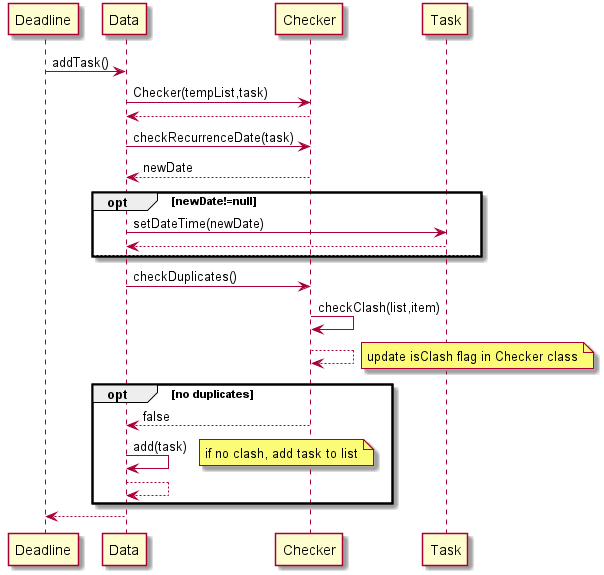
Above: docs/Images/Checker_Diagram.png in scjx123/tp (PlantUML), before the change. The source it was exported from:
```plantuml
@startuml
Deadline -> Data: addTask()
Data -> Checker: Checker(tempList,task)
Checker --> Data
Data -> Checker:checkRecurrenceDate(task)
Checker --> Data: newDate
opt newDate!=null
Data -> Task: setDateTime(newDate)
Task -->Data
else
end
Data -> Checker: checkDuplicates()
Checker -> Checker:checkClash(list,item)
Checker --> Checker
note right: update isClash flag in Checker class

opt no duplicates
Checker --> Data: false
Data ->Data: add(task)
note right: if no clash, add task to list
Data-->Data:
end

Data -->Deadline


@enduml
```
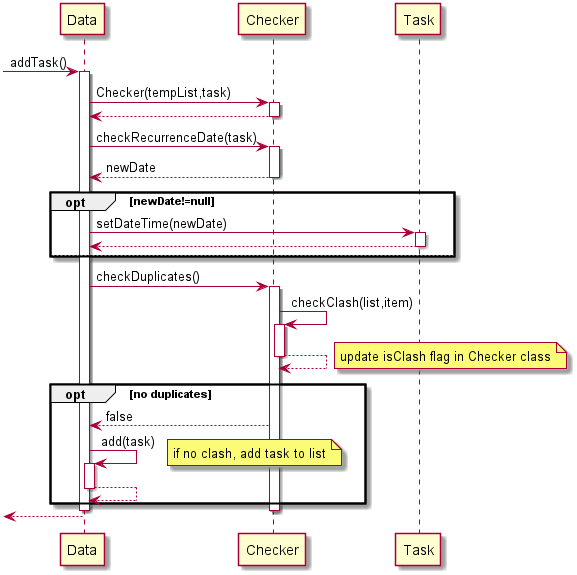
The same diagram one commit later.

Commit message:
Edit Checker Diagram

The edit, as a diff of the source:
```diff
@@ -1,27 +1,39 @@
 @startuml
-Deadline -> Data: addTask()
+
+-> Data: addTask()
+activate Data
 Data -> Checker: Checker(tempList,task)
+activate Checker
 Checker --> Data
+deactivate Checker
 Data -> Checker:checkRecurrenceDate(task)
+activate Checker
 Checker --> Data: newDate
+deactivate Checker
 opt newDate!=null
 Data -> Task: setDateTime(newDate)
+activate Task
 Task -->Data
+deactivate Task
 else
 end
 Data -> Checker: checkDuplicates()
+activate Checker
 Checker -> Checker:checkClash(list,item)
+activate Checker
 Checker --> Checker
+deactivate Checker
 note right: update isClash flag in Checker class
-
 opt no duplicates
 Checker --> Data: false
 Data ->Data: add(task)
+activate Data
 note right: if no clash, add task to list
 Data-->Data:
+deactivate Data
 end
-
-Data -->Deadline
-
+deactivate Checker
+deactivate Data
+<-- Data
 
 @enduml
```
